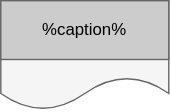
This is doc/archtale-types/file.drawio.svg from AlexFrick-dev/Archtale, a draw.io export, as it was before one commit. Source tidied: cells renumbered, new cells last; positions are measured from the earlier drawing's top-left corner, leaving out a move shared by most shapes. Source of this version:
```xml
<mxGraphModel>
  <root>
    <mxCell id="0" />
    <mxCell id="1" parent="0" />
    <mxCell id="2" style="shape=document;whiteSpace=wrap;html=1;boundedLbl=1;fillColor=#f5f5f5;fontColor=#333333;strokeColor=#666666;" parent="1" vertex="1">
      <mxGeometry width="120" height="78" as="geometry" />
    </mxCell>
    <mxCell id="3" style="rounded=0;whiteSpace=wrap;html=1;fillColor=#CCCCCC;fontColor=#333333;strokeColor=#666666;" parent="1" vertex="1">
      <mxGeometry width="120" height="42" as="geometry" />
    </mxCell>
    <mxCell id="4" value="&lt;span style=&quot;color: rgb(0, 0, 0);&quot;&gt;%caption%&lt;/span&gt;" style="text;html=1;whiteSpace=wrap;strokeColor=none;fillColor=none;align=center;verticalAlign=middle;rounded=0;" parent="1" vertex="1">
      <mxGeometry x="30" width="60" height="42" as="geometry" />
    </mxCell>
  </root>
</mxGraphModel>
```
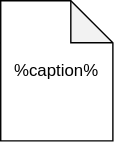
Later version of the same file.

Commit message:
docs: add create-tale use case and diagram-svg type

Diff of the diagram source:
```diff
@@ -2,14 +2,8 @@
   <root>
     <mxCell id="0" />
     <mxCell id="1" parent="0" />
-    <mxCell id="2" style="shape=document;whiteSpace=wrap;html=1;boundedLbl=1;fillColor=#f5f5f5;fontColor=#333333;strokeColor=#666666;" parent="1" vertex="1">
-      <mxGeometry width="120" height="78" as="geometry" />
-    </mxCell>
-    <mxCell id="3" style="rounded=0;whiteSpace=wrap;html=1;fillColor=#CCCCCC;fontColor=#333333;strokeColor=#666666;" parent="1" vertex="1">
-      <mxGeometry width="120" height="42" as="geometry" />
-    </mxCell>
-    <mxCell id="4" value="&lt;span style=&quot;color: rgb(0, 0, 0);&quot;&gt;%caption%&lt;/span&gt;" style="text;html=1;whiteSpace=wrap;strokeColor=none;fillColor=none;align=center;verticalAlign=middle;rounded=0;" parent="1" vertex="1">
-      <mxGeometry x="30" width="60" height="42" as="geometry" />
+    <mxCell id="4" value="&lt;span style=&quot;color: rgb(0, 0, 0);&quot;&gt;%caption%&lt;/span&gt;" style="shape=note;whiteSpace=wrap;html=1;backgroundOutline=1;darkOpacity=0.05;" parent="1" vertex="1">
+      <mxGeometry x="30" width="80" height="100" as="geometry" />
     </mxCell>
   </root>
 </mxGraphModel>
```
